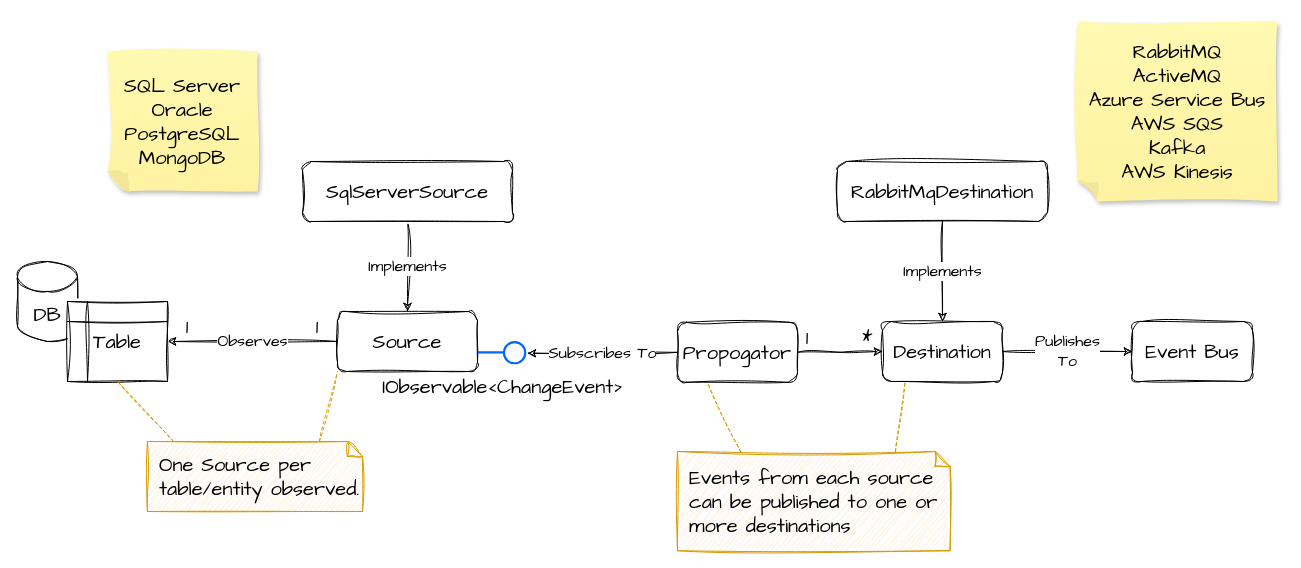
Before: change_stream.drawio in tortis-dev/change-stream, a draw.io diagram. Source tidied: cells renumbered, new cells numbered last; positions are measured from the earlier drawing's top-left corner, leaving out a move shared by most shapes. Both pictures are drawn from the tidied source at 100%, with x=0, y=0 at pixel (17, 21).
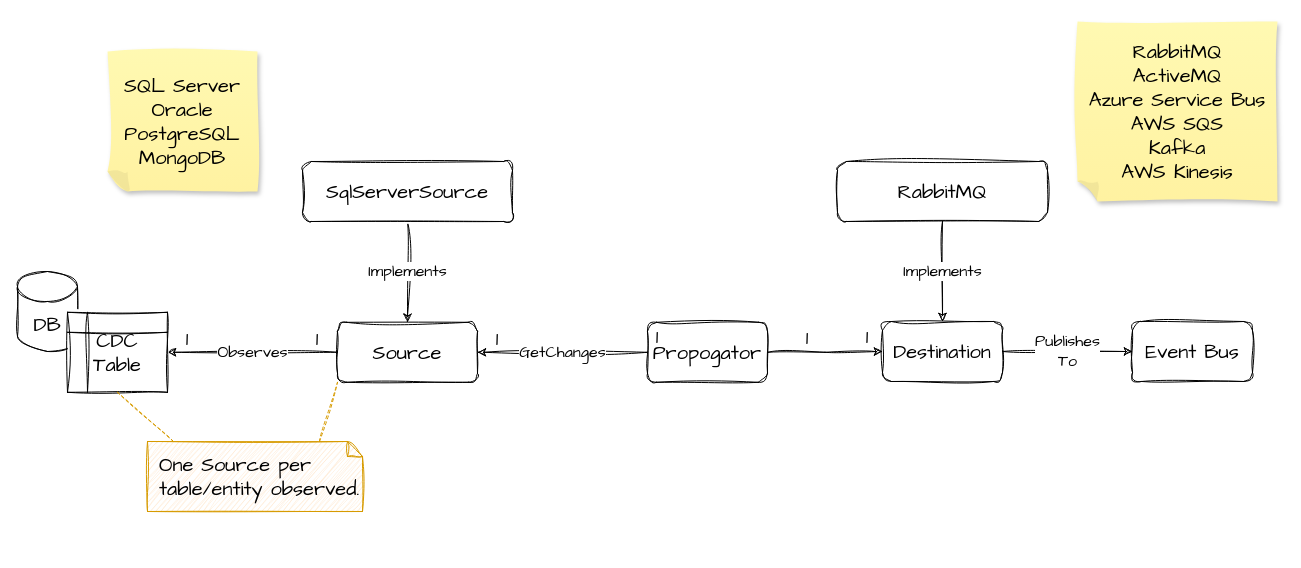
Above is the later version.

Diff of the diagram source:
```diff
@@
     <mxCell id="3" value="Source" style="rounded=1;whiteSpace=wrap;html=1;sketch=1;hachureGap=4;jiggle=2;curveFitting=1;fontFamily=Architects Daughter;fontSize=20;" parent="1" vertex="1">
-      <mxGeometry x="320" y="290" width="140" height="60" as="geometry" />
+      <mxGeometry x="320" y="300.8" width="140" height="60" as="geometry" />
     </mxCell>
-    <mxCell id="4" value="Subscribes To" style="edgeStyle=orthogonalEdgeStyle;rounded=0;sketch=1;hachureGap=4;jiggle=2;curveFitting=1;jettySize=auto;html=1;entryX=1;entryY=0.5;entryDx=0;entryDy=0;fontFamily=Architects Daughter;fontSize=16;exitX=0;exitY=0.5;exitDx=0;exitDy=0;" parent="1" edge="1" source="15" target="8">
+    <mxCell id="4" value="GetChanges" style="edgeStyle=orthogonalEdgeStyle;rounded=0;sketch=1;hachureGap=4;jiggle=2;curveFitting=1;jettySize=auto;html=1;entryX=1;entryY=0.5;entryDx=0;entryDy=0;fontFamily=Architects Daughter;fontSize=16;exitX=0;exitY=0.5;exitDx=0;exitDy=0;" parent="1" edge="1" source="15" target="3">
       <mxGeometry relative="1" as="geometry" />
     </mxCell>
@@
     <mxCell id="7" value="DB" style="shape=cylinder3;whiteSpace=wrap;html=1;boundedLbl=1;backgroundOutline=1;size=15;sketch=1;hachureGap=4;jiggle=2;curveFitting=1;fontFamily=Architects Daughter;fontSize=20;" parent="1" vertex="1">
-      <mxGeometry y="240" width="60" height="80" as="geometry" />
+      <mxGeometry y="250" width="60" height="80" as="geometry" />
     </mxCell>
-    <mxCell id="8" value="IObservable&amp;lt;ChangeEvent&amp;gt;" style="perimeter=ellipsePerimeter;html=1;align=center;shadow=0;dashed=0;spacingTop=3;image;image=img/lib/active_directory/interface.svg;sketch=1;hachureGap=4;jiggle=2;curveFitting=1;fontFamily=Architects Daughter;fontSize=20;" parent="1" vertex="1">
-      <mxGeometry x="460" y="320" width="50" height="23.5" as="geometry" />
-    </mxCell>
@@
-    <mxCell id="13" value="RabbitMqDestination" style="rounded=1;whiteSpace=wrap;html=1;sketch=1;hachureGap=4;jiggle=2;curveFitting=1;fontFamily=Architects Daughter;fontSize=20;" parent="1" vertex="1">
+    <mxCell id="13" value="RabbitMQ" style="rounded=1;whiteSpace=wrap;html=1;sketch=1;hachureGap=4;jiggle=2;curveFitting=1;fontFamily=Architects Daughter;fontSize=20;" parent="1" vertex="1">
       <mxGeometry x="820" y="140" width="210" height="60" as="geometry" />
     </mxCell>
@@
     <mxCell id="15" value="Propogator" style="rounded=1;whiteSpace=wrap;html=1;sketch=1;hachureGap=4;jiggle=2;curveFitting=1;fontFamily=Architects Daughter;fontSize=20;" parent="1" vertex="1">
-      <mxGeometry x="660" y="300.8" width="120" height="60" as="geometry" />
+      <mxGeometry x="630" y="300.8" width="120" height="60" as="geometry" />
     </mxCell>
-    <mxCell id="16" value="Table" style="shape=internalStorage;whiteSpace=wrap;html=1;backgroundOutline=1;sketch=1;hachureGap=4;jiggle=2;curveFitting=1;fontFamily=Architects Daughter;fontSize=20;" parent="1" vertex="1">
-      <mxGeometry x="50" y="280" width="100" height="80" as="geometry" />
+    <mxCell id="16" value="CDC&lt;br&gt;Table" style="shape=internalStorage;whiteSpace=wrap;html=1;backgroundOutline=1;sketch=1;hachureGap=4;jiggle=2;curveFitting=1;fontFamily=Architects Daughter;fontSize=20;" parent="1" vertex="1">
+      <mxGeometry x="50" y="290.8" width="100" height="80" as="geometry" />
     </mxCell>
@@
     <mxCell id="20" value="1" style="text;html=1;strokeColor=none;fillColor=none;align=center;verticalAlign=middle;whiteSpace=wrap;rounded=0;sketch=1;hachureGap=4;jiggle=2;curveFitting=1;fontFamily=Architects Daughter;fontSize=20;" parent="1" vertex="1">
-      <mxGeometry x="160" y="290" width="20" height="30" as="geometry" />
+      <mxGeometry x="160" y="302" width="20" height="30" as="geometry" />
     </mxCell>
     <mxCell id="21" value="1" style="text;html=1;strokeColor=none;fillColor=none;align=center;verticalAlign=middle;whiteSpace=wrap;rounded=0;sketch=1;hachureGap=4;jiggle=2;curveFitting=1;fontFamily=Architects Daughter;fontSize=20;" parent="1" vertex="1">
-      <mxGeometry x="290" y="290" width="20" height="30" as="geometry" />
+      <mxGeometry x="290" y="302" width="20" height="30" as="geometry" />
     </mxCell>
@@
-    <mxCell id="23" value="*" style="text;html=1;strokeColor=none;fillColor=none;align=center;verticalAlign=middle;whiteSpace=wrap;rounded=0;sketch=1;hachureGap=4;jiggle=2;curveFitting=1;fontFamily=Architects Daughter;fontSize=20;" parent="1" vertex="1">
+    <mxCell id="23" value="1" style="text;html=1;strokeColor=none;fillColor=none;align=center;verticalAlign=middle;whiteSpace=wrap;rounded=0;sketch=1;hachureGap=4;jiggle=2;curveFitting=1;fontFamily=Architects Daughter;fontSize=20;" parent="1" vertex="1">
       <mxGeometry x="840" y="300" width="20" height="30" as="geometry" />
     </mxCell>
-    <mxCell id="24" value="Events from each source can be published to one or more destinations" style="shape=note;size=15;align=left;spacingLeft=10;html=1;whiteSpace=wrap;sketch=1;hachureGap=4;jiggle=2;curveFitting=1;fontFamily=Architects Daughter;fontSize=20;fillColor=#ffe6cc;strokeColor=#d79b00;" parent="1" vertex="1">
-      <mxGeometry x="660" y="430" width="272.5" height="99.2" as="geometry" />
-    </mxCell>
-    <mxCell id="25" style="edgeStyle=none;endArrow=none;exitX=0.4;exitY=0;dashed=1;html=1;rounded=0;sketch=1;hachureGap=4;jiggle=2;curveFitting=1;fontFamily=Architects Daughter;fontSize=16;fillColor=#ffe6cc;strokeColor=#d79b00;entryX=0.25;entryY=1;entryDx=0;entryDy=0;" parent="1" edge="1" target="15">
-      <mxGeometry x="1" relative="1" as="geometry">
-        <mxPoint x="723.5" y="430.8" as="sourcePoint" />
-      </mxGeometry>
-    </mxCell>
-    <mxCell id="26" style="edgeStyle=none;endArrow=none;exitX=0.8;exitY=0;dashed=1;html=1;rounded=0;sketch=1;hachureGap=4;jiggle=2;curveFitting=1;fontFamily=Architects Daughter;fontSize=16;fillColor=#ffe6cc;strokeColor=#d79b00;entryX=0;entryY=1;entryDx=0;entryDy=0;" parent="1" edge="1" source="24">
-      <mxGeometry x="1" relative="1" as="geometry">
-        <mxPoint x="887.5" y="360.8" as="targetPoint" />
-      </mxGeometry>
-    </mxCell>
@@
+    <mxCell id="29" value="1" style="text;html=1;strokeColor=none;fillColor=none;align=center;verticalAlign=middle;whiteSpace=wrap;rounded=0;sketch=1;hachureGap=4;jiggle=2;curveFitting=1;fontFamily=Architects Daughter;fontSize=20;" parent="1" vertex="1">
+      <mxGeometry x="470" y="302" width="20" height="30" as="geometry" />
+    </mxCell>
+    <mxCell id="30" value="1" style="text;html=1;strokeColor=none;fillColor=none;align=center;verticalAlign=middle;whiteSpace=wrap;rounded=0;sketch=1;hachureGap=4;jiggle=2;curveFitting=1;fontFamily=Architects Daughter;fontSize=20;" parent="1" vertex="1">
+      <mxGeometry x="630" y="300" width="20" height="30" as="geometry" />
+    </mxCell>
```
